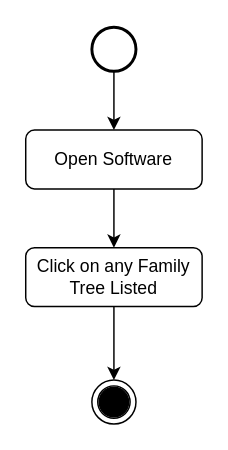
ozanyucell/SE302-Team9 keeps this draw.io diagram as Documents/Design Document/activity diagrams/open_activity_diagram.drawio. Above is the earlier version. Source tidied: cells renumbered, new cells numbered last; positions are measured from the earlier drawing's top-left corner, leaving out a move shared by most shapes. Both pictures are drawn from the tidied source at 147%, with x=0, y=0 at pixel (25, 26).
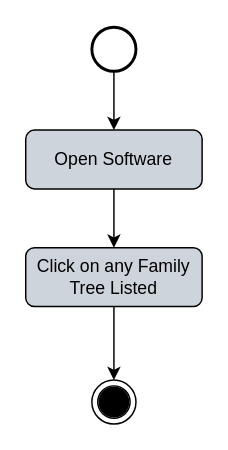
After the change.

Commit message (it also covers changes not shown here):
coloured activity diagrams

Change to the diagram source:
```diff
@@
 <mxGraphModel>
   <root>
     <mxCell id="0" />
     <mxCell id="1" parent="0" />
     <mxCell id="2" style="ellipse;shape=doubleEllipse;whiteSpace=wrap;html=1;rounded=0;shadow=0;labelBackgroundColor=default;sketch=0;" parent="1" vertex="1">
       <mxGeometry x="45" y="240" width="30" height="30" as="geometry" />
     </mxCell>
     <mxCell id="3" style="edgeStyle=orthogonalEdgeStyle;rounded=0;jettySize=auto;html=1;entryX=0.5;entryY=0;entryDx=0;entryDy=0;" parent="1" edge="1" source="4" target="9">
       <mxGeometry relative="1" as="geometry" />
     </mxCell>
-    <mxCell id="4" value="Open Software" style="rounded=1;whiteSpace=wrap;html=1;fontSize=12;glass=0;strokeWidth=1;shadow=0;" parent="1" vertex="1">
+    <mxCell id="4" value="Open Software" style="rounded=1;whiteSpace=wrap;html=1;fontSize=12;glass=0;strokeWidth=1;shadow=0;fillColor=#CED4DB;" parent="1" vertex="1">
       <mxGeometry y="70" width="120" height="40" as="geometry" />
     </mxCell>
     <mxCell id="5" style="verticalLabelPosition=bottom;verticalAlign=top;html=1;shape=mxgraph.flowchart.on-page_reference;fillColor=#000000;" parent="1" vertex="1">
       <mxGeometry x="50" y="245" width="20" height="20" as="geometry" />
     </mxCell>
     <mxCell id="6" style="edgeStyle=orthogonalEdgeStyle;rounded=0;jettySize=auto;html=1;entryX=0.5;entryY=0;entryDx=0;entryDy=0;" parent="1" edge="1" source="7" target="4">
       <mxGeometry relative="1" as="geometry" />
     </mxCell>
     <mxCell id="7" style="strokeWidth=2;html=1;shape=mxgraph.flowchart.start_2;whiteSpace=wrap;" parent="1" vertex="1">
       <mxGeometry x="45" width="30" height="30" as="geometry" />
     </mxCell>
     <mxCell id="8" style="edgeStyle=orthogonalEdgeStyle;rounded=0;jettySize=auto;html=1;exitX=0.5;exitY=1;exitDx=0;exitDy=0;entryX=0.5;entryY=0;entryDx=0;entryDy=0;" parent="1" edge="1" source="9" target="2">
       <mxGeometry relative="1" as="geometry" />
     </mxCell>
-    <mxCell id="9" value="Click on any Family Tree Listed" style="rounded=1;whiteSpace=wrap;html=1;fontSize=12;glass=0;strokeWidth=1;shadow=0;" parent="1" vertex="1">
+    <mxCell id="9" value="Click on any Family Tree Listed" style="rounded=1;whiteSpace=wrap;html=1;fontSize=12;glass=0;strokeWidth=1;shadow=0;fillColor=#CED4DB;" parent="1" vertex="1">
       <mxGeometry y="150" width="120" height="40" as="geometry" />
     </mxCell>
   </root>
 </mxGraphModel>
```
